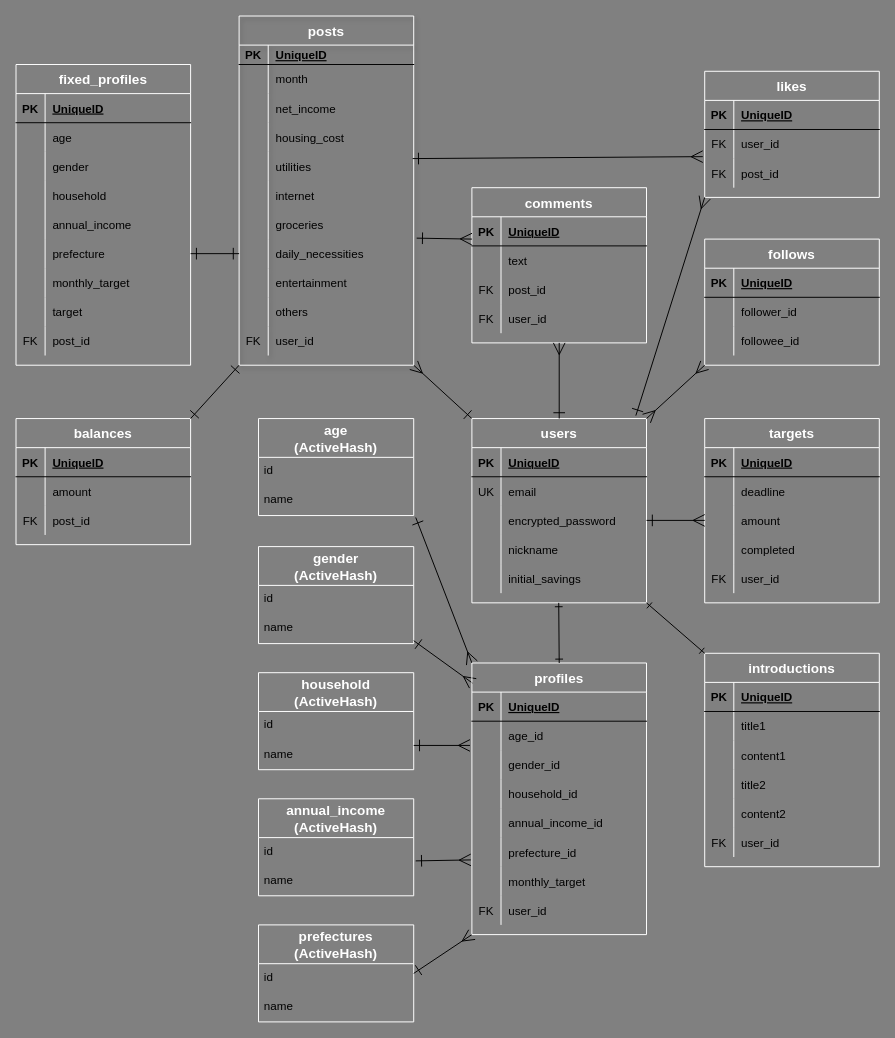
Before: er.dio in Jun-130/piling-up, a draw.io diagram. Source tidied: cells renumbered, new cells numbered last; positions are measured from the earlier drawing's top-left corner, leaving out a move shared by most shapes. Both pictures are drawn from the tidied source at 97%, with x=0, y=0 at pixel (16, 16).
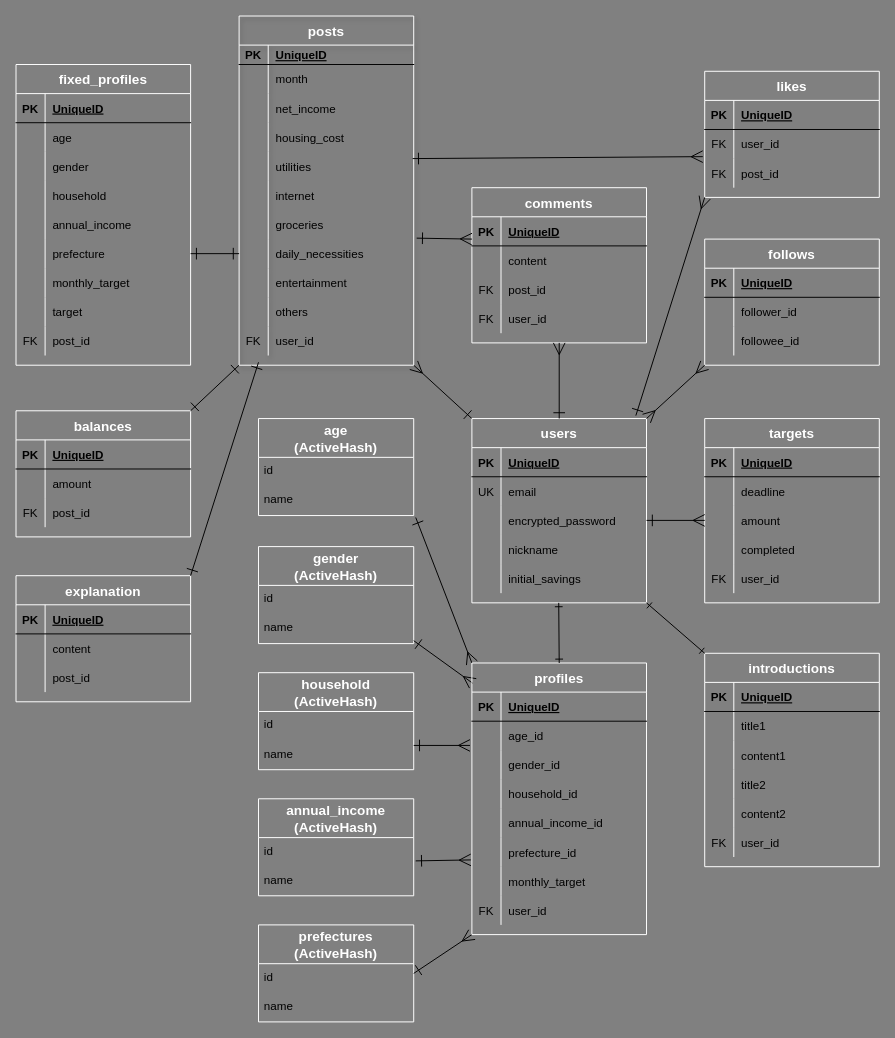
The same diagram, later.

Unchanged cells that the change refers to:
```xml
<mxCell id="130" style="shape=partialRectangle;fillColor=none;top=0;left=0;bottom=0;right=0;" parent="126" vertex="1">
  <mxGeometry y="60" width="180" height="30" as="geometry" />
</mxCell>
```

Diff of the diagram source:
```diff
@@
-    <mxCell id="132" value="text" style="shape=partialRectangle;fillColor=none;top=0;left=0;bottom=0;right=0;align=left;spacingLeft=6;overflow=hidden;" parent="130" vertex="1">
+    <mxCell id="132" value="content" style="shape=partialRectangle;fillColor=none;top=0;left=0;bottom=0;right=0;align=left;spacingLeft=6;overflow=hidden;" parent="130" vertex="1">
       <mxGeometry x="30" width="150" height="30" as="geometry" />
     </mxCell>
@@
     <mxCell id="199" value="balances" style="shape=table;startSize=30;childLayout=tableLayout;rowLines=0;fontStyle=1;align=center;fillColor=none;strokeColor=#FFFFFF;fontSize=14;fontColor=#FFFFFF;labelBackgroundColor=none;" parent="1" vertex="1">
-      <mxGeometry y="415" width="180" height="130" as="geometry" />
+      <mxGeometry y="407" width="180" height="130" as="geometry" />
     </mxCell>
@@
+    <mxCell id="215" value="explanation" style="shape=table;startSize=30;childLayout=tableLayout;rowLines=0;fontStyle=1;align=center;fillColor=none;strokeColor=#FFFFFF;fontSize=14;fontColor=#FFFFFF;labelBackgroundColor=none;" parent="1" vertex="1">
+      <mxGeometry y="577" width="180" height="130" as="geometry" />
+    </mxCell>
+    <mxCell id="216" style="shape=partialRectangle;fillColor=none;top=0;left=0;bottom=1;right=0;" parent="215" vertex="1">
+      <mxGeometry y="30" width="180" height="30" as="geometry" />
+    </mxCell>
+    <mxCell id="217" value="PK" style="shape=partialRectangle;fillColor=none;top=0;left=0;bottom=0;right=0;fontStyle=1;overflow=hidden;" parent="216" vertex="1">
+      <mxGeometry width="30" height="30" as="geometry" />
+    </mxCell>
+    <mxCell id="218" value="UniqueID" style="shape=partialRectangle;fillColor=none;top=0;left=0;bottom=0;right=0;align=left;spacingLeft=6;fontStyle=5;overflow=hidden;" parent="216" vertex="1">
+      <mxGeometry x="30" width="150" height="30" as="geometry" />
+    </mxCell>
+    <mxCell id="219" style="shape=partialRectangle;fillColor=none;top=0;left=0;bottom=0;right=0;" parent="215" vertex="1">
+      <mxGeometry y="60" width="180" height="30" as="geometry" />
+    </mxCell>
+    <mxCell id="220" style="shape=partialRectangle;fillColor=none;top=0;left=0;bottom=0;right=0;overflow=hidden;" parent="219" vertex="1">
+      <mxGeometry width="30" height="30" as="geometry" />
+    </mxCell>
+    <mxCell id="221" value="content" style="shape=partialRectangle;fillColor=none;top=0;left=0;bottom=0;right=0;align=left;spacingLeft=6;overflow=hidden;" parent="219" vertex="1">
+      <mxGeometry x="30" width="150" height="30" as="geometry" />
+    </mxCell>
+    <mxCell id="222" style="shape=partialRectangle;fillColor=none;top=0;left=0;bottom=0;right=0;" parent="215" vertex="1">
+      <mxGeometry y="90" width="180" height="30" as="geometry" />
+    </mxCell>
+    <mxCell id="223" style="shape=partialRectangle;fillColor=none;top=0;left=0;bottom=0;right=0;overflow=hidden;" parent="222" vertex="1">
+      <mxGeometry width="30" height="30" as="geometry" />
+    </mxCell>
+    <mxCell id="224" value="post_id" style="shape=partialRectangle;fillColor=none;top=0;left=0;bottom=0;right=0;align=left;spacingLeft=6;overflow=hidden;" parent="222" vertex="1">
+      <mxGeometry x="30" width="150" height="30" as="geometry" />
+    </mxCell>
+    <mxCell id="225" style="edgeStyle=none;html=1;endArrow=ERone;endFill=0;startArrow=ERone;startFill=0;endSize=10;startSize=10;exitX=1;exitY=0;exitDx=0;exitDy=0;" parent="1" edge="1" source="215">
+      <mxGeometry relative="1" as="geometry">
+        <mxPoint x="250" y="357" as="targetPoint" />
+      </mxGeometry>
+    </mxCell>
```
